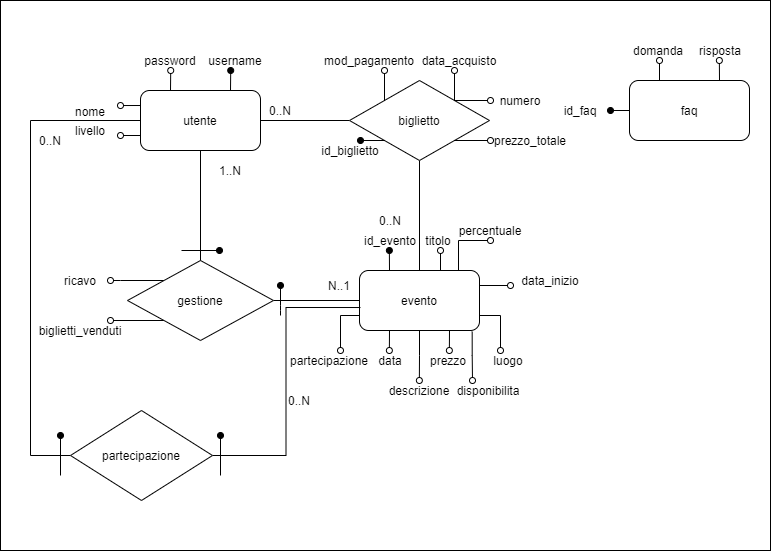
tottagiovanni/progetto_tecno_web keeps this draw.io diagram as schema-er.png. Above is the earlier version. Source tidied: cells renumbered, new cells last; positions are measured from the earlier drawing's top-left corner, leaving out a move shared by most shapes.
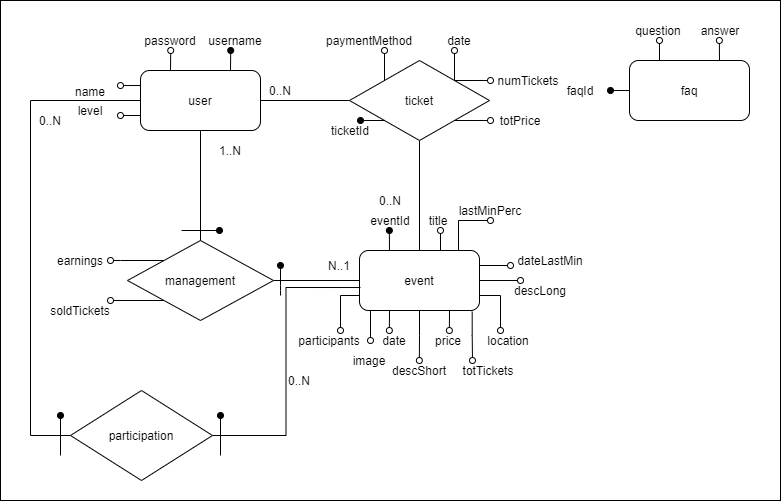
Above is the later version.

Commit message:
Aggiornati schema db e tabelle

Diff of the diagram source:
```diff
@@ -2,9 +2,9 @@
   <root>
     <mxCell id="0" />
     <mxCell id="1" parent="0" />
-    <mxCell id="2" style="rounded=0;whiteSpace=wrap;html=1;" parent="1" vertex="1">
-      <mxGeometry width="770" height="550" as="geometry" />
-    </mxCell>
+    <mxCell id="73" style="rounded=0;whiteSpace=wrap;html=1;" parent="1" vertex="1">
+      <mxGeometry y="20" width="780" height="500" as="geometry" />
+    </mxCell>
     <mxCell id="3" style="edgeStyle=orthogonalEdgeStyle;rounded=0;jettySize=auto;html=1;exitX=0.25;exitY=0;exitDx=0;exitDy=0;endArrow=oval;endFill=1;" parent="1" edge="1" source="13">
       <mxGeometry relative="1" as="geometry">
         <mxPoint x="388.9" y="250" as="targetPoint" />
@@ -62,7 +62,17 @@
     <mxCell id="12" style="edgeStyle=orthogonalEdgeStyle;rounded=0;jettySize=auto;html=1;exitX=1;exitY=0.25;exitDx=0;exitDy=0;entryX=0;entryY=0.75;entryDx=0;entryDy=0;endArrow=oval;endFill=0;" parent="1" edge="1" source="13" target="44">
       <mxGeometry relative="1" as="geometry" />
     </mxCell>
+    <mxCell id="74" style="edgeStyle=orthogonalEdgeStyle;rounded=0;jettySize=auto;html=1;exitX=1;exitY=0.5;exitDx=0;exitDy=0;endArrow=oval;endFill=0;" parent="1" edge="1" source="13">
+      <mxGeometry relative="1" as="geometry">
+        <mxPoint x="520" y="300" as="targetPoint" />
+      </mxGeometry>
+    </mxCell>
+    <mxCell id="75" style="edgeStyle=orthogonalEdgeStyle;rounded=0;jettySize=auto;html=1;exitX=0.25;exitY=1;exitDx=0;exitDy=0;endArrow=oval;endFill=0;" parent="1" edge="1" source="13">
+      <mxGeometry relative="1" as="geometry">
+        <mxPoint x="370" y="360" as="targetPoint" />
+      </mxGeometry>
+    </mxCell>
-    <mxCell id="13" value="evento" style="rounded=1;whiteSpace=wrap;html=1;" parent="1" vertex="1">
+    <mxCell id="13" value="event" style="rounded=1;whiteSpace=wrap;html=1;" parent="1" vertex="1">
       <mxGeometry x="359" y="270" width="120" height="60" as="geometry" />
     </mxCell>
     <mxCell id="14" style="edgeStyle=orthogonalEdgeStyle;rounded=0;jettySize=auto;html=1;exitX=0.25;exitY=0;exitDx=0;exitDy=0;endArrow=oval;endFill=0;" parent="1" edge="1" source="17">
@@ -114,40 +124,40 @@
         <mxPoint x="360" y="140" as="targetPoint" />
       </mxGeometry>
     </mxCell>
-    <mxCell id="25" value="biglietto" style="rhombus;whiteSpace=wrap;html=1;" parent="1" vertex="1">
+    <mxCell id="25" value="ticket" style="rhombus;whiteSpace=wrap;html=1;" parent="1" vertex="1">
       <mxGeometry x="349" y="80" width="140" height="80" as="geometry" />
     </mxCell>
-    <mxCell id="26" value="titolo" style="text;html=1;strokeColor=none;fillColor=none;align=center;verticalAlign=middle;whiteSpace=wrap;rounded=0;" parent="1" vertex="1">
+    <mxCell id="26" value="title" style="text;html=1;strokeColor=none;fillColor=none;align=center;verticalAlign=middle;whiteSpace=wrap;rounded=0;" parent="1" vertex="1">
       <mxGeometry x="418" y="230" width="40" height="20" as="geometry" />
     </mxCell>
-    <mxCell id="27" value="data" style="text;html=1;strokeColor=none;fillColor=none;align=center;verticalAlign=middle;whiteSpace=wrap;rounded=0;" parent="1" vertex="1">
-      <mxGeometry x="370" y="350" width="40" height="20" as="geometry" />
+    <mxCell id="27" value="date" style="text;html=1;strokeColor=none;fillColor=none;align=center;verticalAlign=middle;whiteSpace=wrap;rounded=0;" parent="1" vertex="1">
+      <mxGeometry x="374" y="350" width="40" height="20" as="geometry" />
     </mxCell>
-    <mxCell id="28" value="luogo" style="text;html=1;strokeColor=none;fillColor=none;align=center;verticalAlign=middle;whiteSpace=wrap;rounded=0;" parent="1" vertex="1">
+    <mxCell id="28" value="location" style="text;html=1;strokeColor=none;fillColor=none;align=center;verticalAlign=middle;whiteSpace=wrap;rounded=0;" parent="1" vertex="1">
       <mxGeometry x="488" y="350" width="40" height="20" as="geometry" />
     </mxCell>
-    <mxCell id="29" value="descrizione" style="text;html=1;strokeColor=none;fillColor=none;align=center;verticalAlign=middle;whiteSpace=wrap;rounded=0;" parent="1" vertex="1">
+    <mxCell id="29" value="descShort" style="text;html=1;strokeColor=none;fillColor=none;align=center;verticalAlign=middle;whiteSpace=wrap;rounded=0;" parent="1" vertex="1">
       <mxGeometry x="399" y="380" width="40" height="20" as="geometry" />
     </mxCell>
-    <mxCell id="30" value="disponibilita" style="text;html=1;strokeColor=none;fillColor=none;align=center;verticalAlign=middle;whiteSpace=wrap;rounded=0;" parent="1" vertex="1">
+    <mxCell id="30" value="totTickets" style="text;html=1;strokeColor=none;fillColor=none;align=center;verticalAlign=middle;whiteSpace=wrap;rounded=0;" parent="1" vertex="1">
       <mxGeometry x="468" y="380" width="40" height="20" as="geometry" />
     </mxCell>
-    <mxCell id="31" value="partecipazione" style="text;html=1;strokeColor=none;fillColor=none;align=center;verticalAlign=middle;whiteSpace=wrap;rounded=0;" parent="1" vertex="1">
+    <mxCell id="31" value="participants" style="text;html=1;strokeColor=none;fillColor=none;align=center;verticalAlign=middle;whiteSpace=wrap;rounded=0;" parent="1" vertex="1">
       <mxGeometry x="309" y="350" width="40" height="20" as="geometry" />
     </mxCell>
-    <mxCell id="32" value="prezzo" style="text;html=1;strokeColor=none;fillColor=none;align=center;verticalAlign=middle;whiteSpace=wrap;rounded=0;" parent="1" vertex="1">
+    <mxCell id="32" value="price" style="text;html=1;strokeColor=none;fillColor=none;align=center;verticalAlign=middle;whiteSpace=wrap;rounded=0;" parent="1" vertex="1">
       <mxGeometry x="428" y="350" width="40" height="20" as="geometry" />
     </mxCell>
-    <mxCell id="33" value="numero" style="text;html=1;strokeColor=none;fillColor=none;align=center;verticalAlign=middle;whiteSpace=wrap;rounded=0;" parent="1" vertex="1">
-      <mxGeometry x="500" y="90" width="40" height="20" as="geometry" />
+    <mxCell id="33" value="numTickets" style="text;html=1;strokeColor=none;fillColor=none;align=center;verticalAlign=middle;whiteSpace=wrap;rounded=0;" parent="1" vertex="1">
+      <mxGeometry x="508" y="90" width="40" height="20" as="geometry" />
     </mxCell>
-    <mxCell id="34" value="mod_pagamento" style="text;html=1;strokeColor=none;fillColor=none;align=center;verticalAlign=middle;whiteSpace=wrap;rounded=0;" parent="1" vertex="1">
+    <mxCell id="34" value="paymentMethod" style="text;html=1;strokeColor=none;fillColor=none;align=center;verticalAlign=middle;whiteSpace=wrap;rounded=0;" parent="1" vertex="1">
       <mxGeometry x="349" y="50" width="40" height="20" as="geometry" />
     </mxCell>
-    <mxCell id="35" value="prezzo_totale" style="text;html=1;strokeColor=none;fillColor=none;align=center;verticalAlign=middle;whiteSpace=wrap;rounded=0;" parent="1" vertex="1">
-      <mxGeometry x="510" y="130" width="40" height="20" as="geometry" />
+    <mxCell id="35" value="totPrice" style="text;html=1;strokeColor=none;fillColor=none;align=center;verticalAlign=middle;whiteSpace=wrap;rounded=0;" parent="1" vertex="1">
+      <mxGeometry x="500" y="130" width="40" height="20" as="geometry" />
     </mxCell>
-    <mxCell id="36" value="data_acquisto" style="text;html=1;strokeColor=none;fillColor=none;align=center;verticalAlign=middle;whiteSpace=wrap;rounded=0;" parent="1" vertex="1">
+    <mxCell id="36" value="date" style="text;html=1;strokeColor=none;fillColor=none;align=center;verticalAlign=middle;whiteSpace=wrap;rounded=0;" parent="1" vertex="1">
       <mxGeometry x="418" y="50" width="82" height="20" as="geometry" />
     </mxCell>
     <mxCell id="37" style="edgeStyle=orthogonalEdgeStyle;rounded=0;jettySize=auto;html=1;exitX=1;exitY=0.5;exitDx=0;exitDy=0;entryX=0;entryY=0.5;entryDx=0;entryDy=0;endArrow=none;endFill=0;" parent="1" edge="1" source="40" target="13">
@@ -171,25 +181,25 @@
         </Array>
       </mxGeometry>
     </mxCell>
-    <mxCell id="40" value="gestione" style="rhombus;whiteSpace=wrap;html=1;" parent="1" vertex="1">
+    <mxCell id="40" value="management" style="rhombus;whiteSpace=wrap;html=1;" parent="1" vertex="1">
       <mxGeometry x="127" y="260" width="146" height="80" as="geometry" />
     </mxCell>
-    <mxCell id="41" value="ricavo" style="text;html=1;strokeColor=none;fillColor=none;align=center;verticalAlign=middle;whiteSpace=wrap;rounded=0;" parent="1" vertex="1">
+    <mxCell id="41" value="earnings" style="text;html=1;strokeColor=none;fillColor=none;align=center;verticalAlign=middle;whiteSpace=wrap;rounded=0;" parent="1" vertex="1">
       <mxGeometry x="60" y="270" width="40" height="20" as="geometry" />
     </mxCell>
-    <mxCell id="42" value="biglietti_venduti" style="text;html=1;strokeColor=none;fillColor=none;align=center;verticalAlign=middle;whiteSpace=wrap;rounded=0;" parent="1" vertex="1">
+    <mxCell id="42" value="soldTickets" style="text;html=1;strokeColor=none;fillColor=none;align=center;verticalAlign=middle;whiteSpace=wrap;rounded=0;" parent="1" vertex="1">
       <mxGeometry x="60" y="320" width="40" height="20" as="geometry" />
     </mxCell>
-    <mxCell id="43" value="percentuale" style="text;html=1;strokeColor=none;fillColor=none;align=center;verticalAlign=middle;whiteSpace=wrap;rounded=0;" parent="1" vertex="1">
+    <mxCell id="43" value="lastMinPerc" style="text;html=1;strokeColor=none;fillColor=none;align=center;verticalAlign=middle;whiteSpace=wrap;rounded=0;" parent="1" vertex="1">
       <mxGeometry x="470" y="220" width="40" height="20" as="geometry" />
     </mxCell>
-    <mxCell id="44" value="data_inizio" style="text;html=1;strokeColor=none;fillColor=none;align=center;verticalAlign=middle;whiteSpace=wrap;rounded=0;" parent="1" vertex="1">
+    <mxCell id="44" value="dateLastMin" style="text;html=1;strokeColor=none;fillColor=none;align=center;verticalAlign=middle;whiteSpace=wrap;rounded=0;" parent="1" vertex="1">
       <mxGeometry x="510" y="270" width="80" height="20" as="geometry" />
     </mxCell>
-    <mxCell id="45" value="domanda" style="text;html=1;strokeColor=none;fillColor=none;align=center;verticalAlign=middle;whiteSpace=wrap;rounded=0;" parent="1" vertex="1">
+    <mxCell id="45" value="question" style="text;html=1;strokeColor=none;fillColor=none;align=center;verticalAlign=middle;whiteSpace=wrap;rounded=0;" parent="1" vertex="1">
       <mxGeometry x="638" y="40" width="40" height="20" as="geometry" />
     </mxCell>
-    <mxCell id="46" value="risposta" style="text;html=1;strokeColor=none;fillColor=none;align=center;verticalAlign=middle;whiteSpace=wrap;rounded=0;" parent="1" vertex="1">
+    <mxCell id="46" value="answer" style="text;html=1;strokeColor=none;fillColor=none;align=center;verticalAlign=middle;whiteSpace=wrap;rounded=0;" parent="1" vertex="1">
       <mxGeometry x="700" y="40" width="40" height="20" as="geometry" />
     </mxCell>
     <mxCell id="47" style="edgeStyle=orthogonalEdgeStyle;rounded=0;jettySize=auto;html=1;exitX=0.5;exitY=1;exitDx=0;exitDy=0;entryX=0.5;entryY=0;entryDx=0;entryDy=0;endArrow=none;endFill=0;" parent="1" edge="1" source="53" target="40">
@@ -223,10 +233,10 @@
         </Array>
       </mxGeometry>
     </mxCell>
-    <mxCell id="53" value="utente" style="rounded=1;whiteSpace=wrap;html=1;" parent="1" vertex="1">
+    <mxCell id="53" value="user" style="rounded=1;whiteSpace=wrap;html=1;" parent="1" vertex="1">
       <mxGeometry x="140" y="90" width="120" height="60" as="geometry" />
     </mxCell>
-    <mxCell id="54" value="nome" style="text;html=1;strokeColor=none;fillColor=none;align=center;verticalAlign=middle;whiteSpace=wrap;rounded=0;" parent="1" vertex="1">
+    <mxCell id="54" value="name" style="text;html=1;strokeColor=none;fillColor=none;align=center;verticalAlign=middle;whiteSpace=wrap;rounded=0;" parent="1" vertex="1">
       <mxGeometry x="70" y="101" width="40" height="20" as="geometry" />
     </mxCell>
     <mxCell id="55" value="username" style="text;html=1;strokeColor=none;fillColor=none;align=center;verticalAlign=middle;whiteSpace=wrap;rounded=0;" parent="1" vertex="1">
@@ -235,13 +245,13 @@
     <mxCell id="56" value="password" style="text;html=1;strokeColor=none;fillColor=none;align=center;verticalAlign=middle;whiteSpace=wrap;rounded=0;" parent="1" vertex="1">
       <mxGeometry x="150" y="50" width="40" height="20" as="geometry" />
     </mxCell>
-    <mxCell id="57" value="livello" style="text;html=1;strokeColor=none;fillColor=none;align=center;verticalAlign=middle;whiteSpace=wrap;rounded=0;" parent="1" vertex="1">
+    <mxCell id="57" value="level" style="text;html=1;strokeColor=none;fillColor=none;align=center;verticalAlign=middle;whiteSpace=wrap;rounded=0;" parent="1" vertex="1">
       <mxGeometry x="70" y="120" width="40" height="20" as="geometry" />
     </mxCell>
-    <mxCell id="58" value="id_evento&lt;br&gt;" style="text;html=1;strokeColor=none;fillColor=none;align=center;verticalAlign=middle;whiteSpace=wrap;rounded=0;" parent="1" vertex="1">
+    <mxCell id="58" value="eventId" style="text;html=1;strokeColor=none;fillColor=none;align=center;verticalAlign=middle;whiteSpace=wrap;rounded=0;" parent="1" vertex="1">
       <mxGeometry x="370" y="230" width="40" height="20" as="geometry" />
     </mxCell>
-    <mxCell id="59" value="id_faq" style="text;html=1;strokeColor=none;fillColor=none;align=center;verticalAlign=middle;whiteSpace=wrap;rounded=0;" parent="1" vertex="1">
+    <mxCell id="59" value="faqId" style="text;html=1;strokeColor=none;fillColor=none;align=center;verticalAlign=middle;whiteSpace=wrap;rounded=0;" parent="1" vertex="1">
       <mxGeometry x="560" y="100" width="40" height="20" as="geometry" />
     </mxCell>
     <mxCell id="60" style="endArrow=oval;html=1;endFill=1;" parent="1" edge="1">
@@ -262,7 +272,7 @@
     <mxCell id="62" style="edgeStyle=orthogonalEdgeStyle;rounded=0;jettySize=auto;html=1;exitX=1;exitY=0.5;exitDx=0;exitDy=0;entryX=0.008;entryY=0.617;entryDx=0;entryDy=0;entryPerimeter=0;endArrow=none;endFill=0;" parent="1" edge="1" source="63" target="13">
       <mxGeometry relative="1" as="geometry" />
     </mxCell>
-    <mxCell id="63" value="partecipazione" style="rhombus;whiteSpace=wrap;html=1;" parent="1" vertex="1">
+    <mxCell id="63" value="participation" style="rhombus;whiteSpace=wrap;html=1;" parent="1" vertex="1">
       <mxGeometry x="70" y="410" width="142" height="90" as="geometry" />
     </mxCell>
     <mxCell id="64" style="endArrow=oval;html=1;endFill=1;" parent="1" edge="1">
@@ -295,8 +305,14 @@
     <mxCell id="71" value="0..N" style="text;html=1;strokeColor=none;fillColor=none;align=center;verticalAlign=middle;whiteSpace=wrap;rounded=0;" parent="1" vertex="1">
       <mxGeometry x="279" y="390" width="40" height="20" as="geometry" />
     </mxCell>
-    <mxCell id="72" value="id_biglietto" style="text;html=1;strokeColor=none;fillColor=none;align=center;verticalAlign=middle;whiteSpace=wrap;rounded=0;" parent="1" vertex="1">
+    <mxCell id="72" value="ticketId" style="text;html=1;strokeColor=none;fillColor=none;align=center;verticalAlign=middle;whiteSpace=wrap;rounded=0;" parent="1" vertex="1">
       <mxGeometry x="330" y="140" width="40" height="20" as="geometry" />
     </mxCell>
+    <mxCell id="76" value="descLong" style="text;html=1;strokeColor=none;fillColor=none;align=center;verticalAlign=middle;whiteSpace=wrap;rounded=0;" parent="1" vertex="1">
+      <mxGeometry x="520" y="300" width="40" height="20" as="geometry" />
+    </mxCell>
+    <mxCell id="77" value="image" style="text;html=1;strokeColor=none;fillColor=none;align=center;verticalAlign=middle;whiteSpace=wrap;rounded=0;" parent="1" vertex="1">
+      <mxGeometry x="349" y="370" width="40" height="20" as="geometry" />
+    </mxCell>
   </root>
 </mxGraphModel>
```
